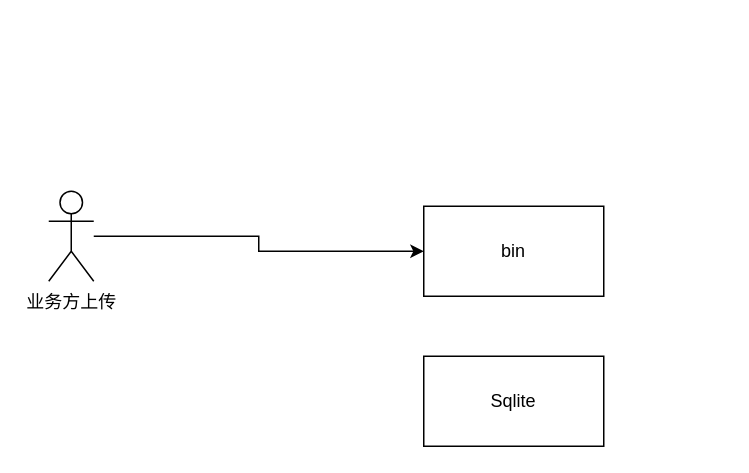
The draw.io diagram Untitled Diagram.drawio in kaz35/testimg, before the edit. Source tidied: cells renumbered, new cells numbered last; positions are measured from the earlier drawing's top-left corner, leaving out a move shared by most shapes. Both pictures are drawn from the tidied source at 150%, with x=0, y=0 at pixel (48, 190).
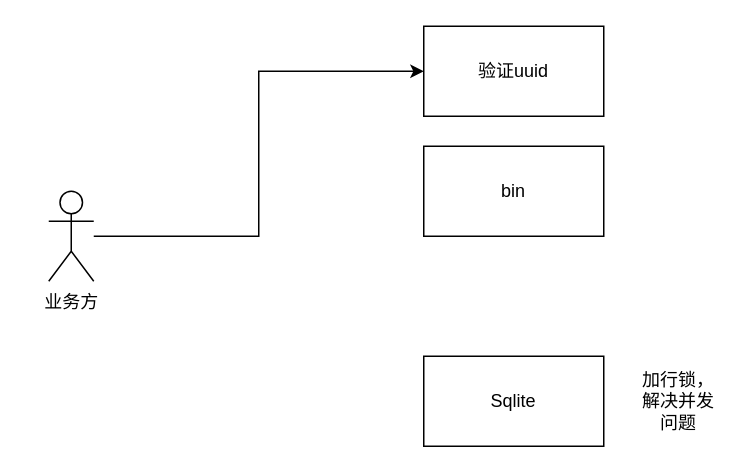
The same page after the edit.

What changed in the source:
```diff
@@
 <mxGraphModel>
   <root>
     <mxCell id="0" />
     <mxCell id="1" parent="0" />
-    <mxCell id="2" value="bin" style="rounded=0;whiteSpace=wrap;html=1;" parent="1" vertex="1">
-      <mxGeometry x="250" y="10" width="120" height="60" as="geometry" />
+    <mxCell id="2" value="验证uuid" style="rounded=0;whiteSpace=wrap;html=1;" parent="1" vertex="1">
+      <mxGeometry x="250" y="-110" width="120" height="60" as="geometry" />
     </mxCell>
     <mxCell id="3" style="rounded=0;whiteSpace=wrap;html=1;" parent="1" vertex="1">
       <mxGeometry x="250" y="110" width="120" height="60" as="geometry" />
     </mxCell>
     <mxCell id="4" value="Sqlite" style="text;html=1;strokeColor=none;fillColor=none;align=center;verticalAlign=middle;whiteSpace=wrap;rounded=0;" parent="1" vertex="1">
       <mxGeometry x="280" y="125" width="60" height="30" as="geometry" />
     </mxCell>
     <mxCell id="5" style="edgeStyle=orthogonalEdgeStyle;rounded=0;jettySize=auto;html=1;entryX=0;entryY=0.5;entryDx=0;entryDy=0;" parent="1" edge="1" source="6" target="2">
       <mxGeometry relative="1" as="geometry" />
     </mxCell>
-    <mxCell id="6" value="业务方上传&lt;br&gt;" style="shape=umlActor;verticalLabelPosition=bottom;verticalAlign=top;html=1;outlineConnect=0;" parent="1" vertex="1">
+    <mxCell id="6" value="业务方" style="shape=umlActor;verticalLabelPosition=bottom;verticalAlign=top;html=1;outlineConnect=0;" parent="1" vertex="1">
       <mxGeometry width="30" height="60" as="geometry" />
     </mxCell>
+    <mxCell id="7" value="bin" style="rounded=0;whiteSpace=wrap;html=1;" parent="1" vertex="1">
+      <mxGeometry x="250" y="-30" width="120" height="60" as="geometry" />
+    </mxCell>
+    <mxCell id="8" value="加行锁，解决并发问题" style="text;html=1;strokeColor=none;fillColor=none;align=center;verticalAlign=middle;whiteSpace=wrap;rounded=0;" parent="1" vertex="1">
+      <mxGeometry x="390" y="125" width="60" height="30" as="geometry" />
+    </mxCell>
   </root>
 </mxGraphModel>
```
